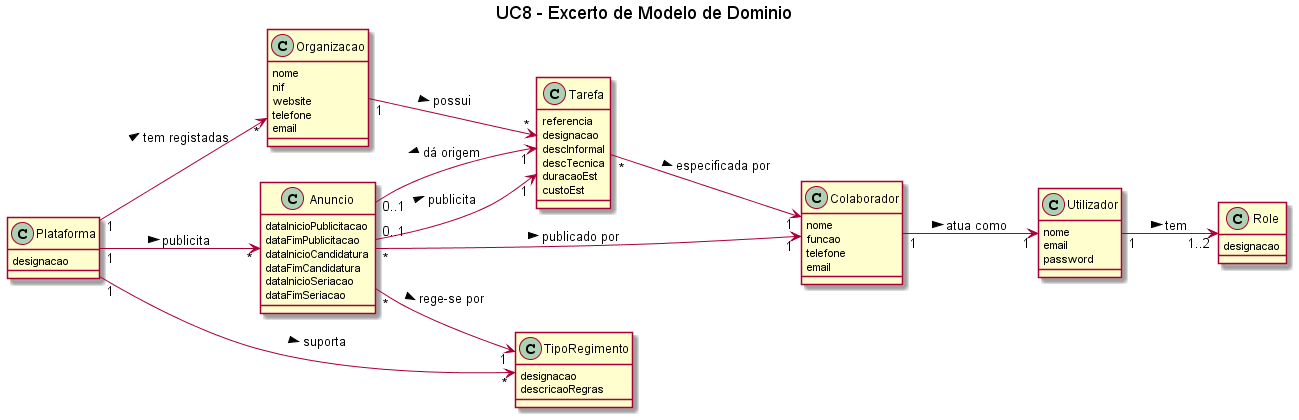
pedro-miguez/upskill_java1_labprg_grupo3 keeps this PlantUML diagram as Análise/UC8_Publicar_Tarefa/UC8_MD/UC8 - Excerto de Modelo de Dominio.png. Above is the earlier version. The source it was exported from:
```plantuml
@startuml

title UC8 - Excerto de Modelo de Dominio
left to right direction


class Plataforma {
    designacao
}

class Organizacao {
    nome
    nif
    website
    telefone
    email
}

class Anuncio {
    dataInicioPublicitacao
    dataFimPublicitacao
    dataInicioCandidatura
    dataFimCandidatura
    dataInicioSeriacao
    dataFimSeriacao
}

class Tarefa {
    referencia
    designacao
    descInformal
    descTecnica
    duracaoEst
    custoEst
}

class TipoRegimento {
    designacao
    descricaoRegras
}

class Colaborador {
    nome
    funcao
    telefone
    email
}

class Utilizador {
    nome
    email
    password
}

class Role {
    designacao
}


Plataforma "1" --> "*" TipoRegimento: suporta >
Plataforma "1" --> "*" Anuncio: publicita >
Plataforma "1" --> "*" Organizacao: tem registadas >

Anuncio "*" --> "1" TipoRegimento: rege-se por >
Anuncio "*" --> "1" Colaborador: publicado por >
Anuncio "0..1" --> "1" Tarefa: publicita >
Anuncio "0..1" --> "1" Tarefa: < dá origem

Tarefa "*" --> "1" Colaborador: especificada por >

Organizacao "1" --> "*" Tarefa: possui >

Colaborador "1" --> "1" Utilizador: atua como >

Utilizador "1" --> "1..2" Role: tem >

@enduml
```
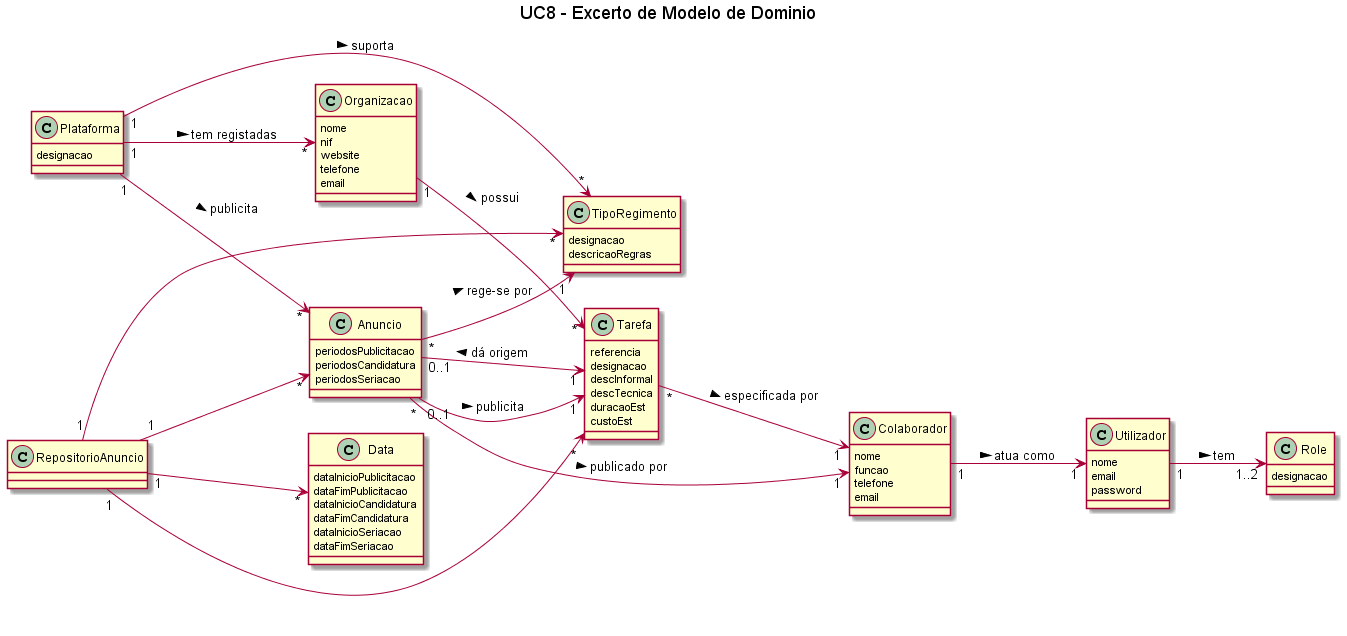
After the change.

What changed in the source:
```diff
@@ -16,13 +16,14 @@
     email
 }
 
+class RepositorioAnuncio {
+
+}
+
 class Anuncio {
-    dataInicioPublicitacao
-    dataFimPublicitacao
-    dataInicioCandidatura
-    dataFimCandidatura
-    dataInicioSeriacao
-    dataFimSeriacao
+    periodosPublicitacao
+    periodosCandidatura
+    periodosSeriacao
 }
 
 class Tarefa {
@@ -56,6 +57,15 @@
     designacao
 }
 
+class Data {
+    dataInicioPublicitacao
+    dataFimPublicitacao
+    dataInicioCandidatura
+    dataFimCandidatura
+    dataInicioSeriacao
+    dataFimSeriacao
+}
+
 
 Plataforma "1" --> "*" TipoRegimento: suporta >
 Plataforma "1" --> "*" Anuncio: publicita >
@@ -74,4 +84,9 @@
 
 Utilizador "1" --> "1..2" Role: tem >
 
+RepositorioAnuncio "1" --> "*" Tarefa
+RepositorioAnuncio "1" --> "*" TipoRegimento
+RepositorioAnuncio "1" --> "*" Data
+RepositorioAnuncio "1" --> "*" Anuncio
+
 @enduml
```
